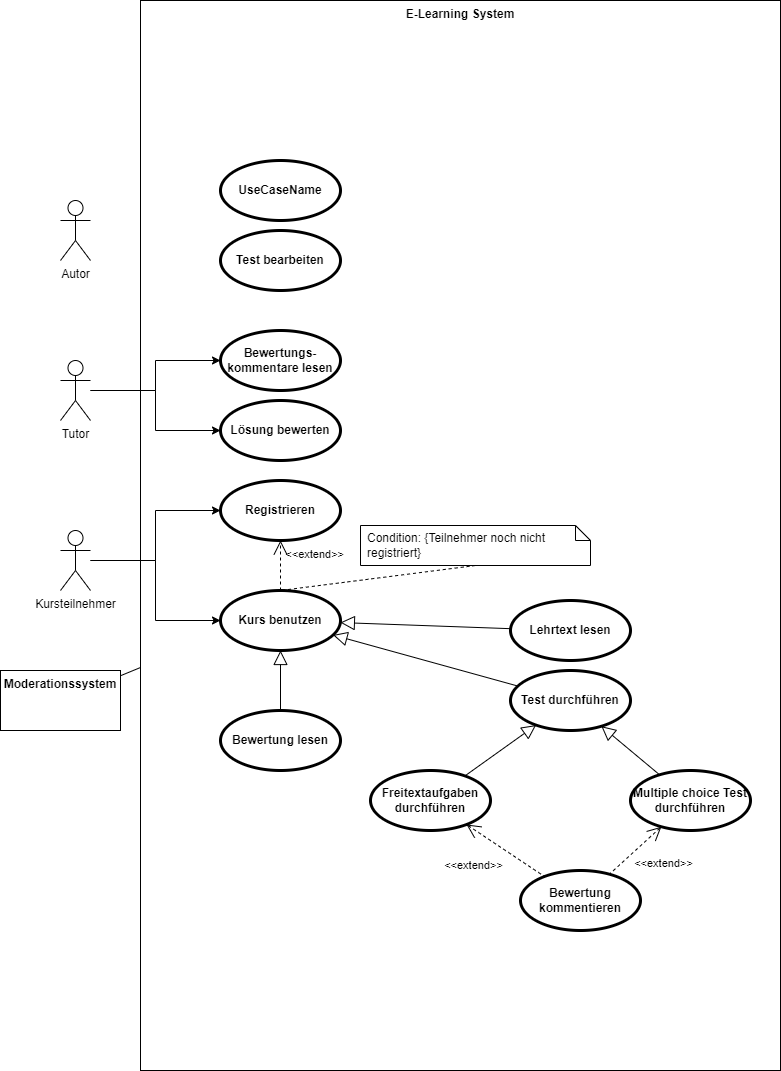
Earlier version of the draw.io export Uebung8/E_Learning.drawio.png (jahtzee/SE_WS21). Source tidied: cells renumbered, new cells last; positions are measured from the earlier drawing's top-left corner, leaving out a move shared by most shapes.
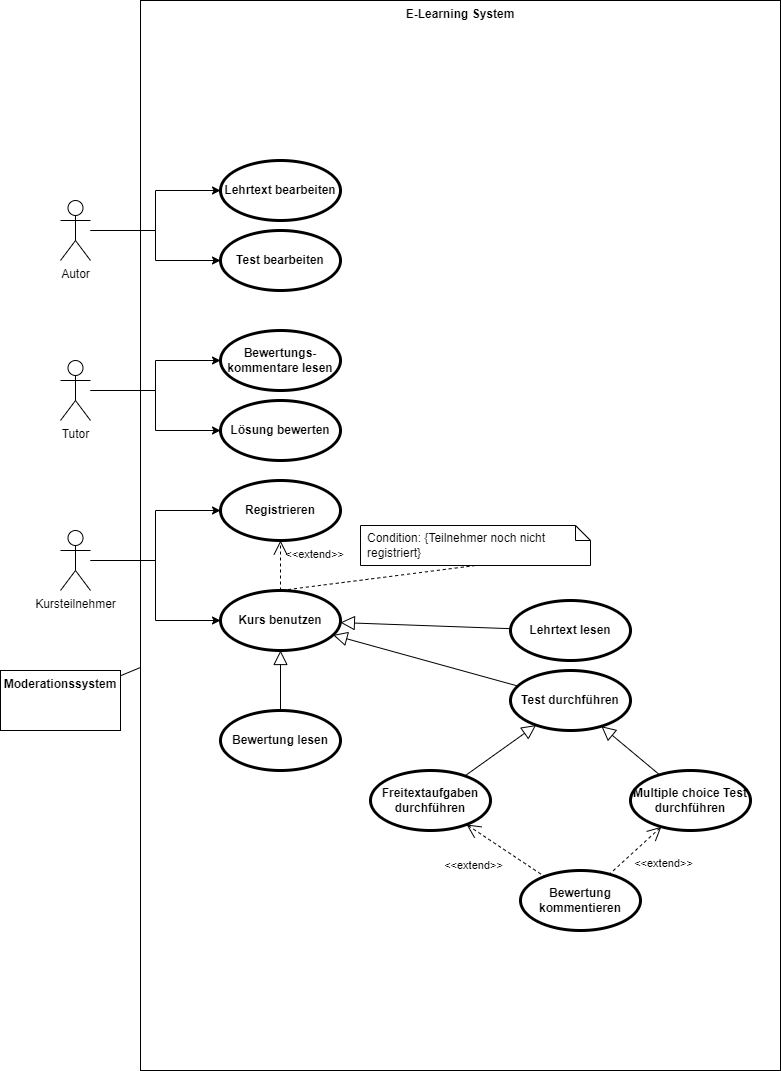
Later version of the same file.

Change to the diagram source:
```diff
@@ -14,6 +14,12 @@
     <mxCell id="5" value="Tutor&lt;br&gt;" style="shape=umlActor;html=1;verticalLabelPosition=bottom;verticalAlign=top;align=center;" parent="1" vertex="1">
       <mxGeometry x="60" y="360" width="30" height="60" as="geometry" />
     </mxCell>
+    <mxCell id="34" style="edgeStyle=orthogonalEdgeStyle;rounded=0;jettySize=auto;html=1;" parent="1" edge="1" source="6" target="32">
+      <mxGeometry relative="1" as="geometry" />
+    </mxCell>
+    <mxCell id="35" style="edgeStyle=orthogonalEdgeStyle;rounded=0;jettySize=auto;html=1;entryX=0;entryY=0.5;entryDx=0;entryDy=0;" parent="1" edge="1" source="6" target="33">
+      <mxGeometry relative="1" as="geometry" />
+    </mxCell>
     <mxCell id="6" value="Autor&lt;br&gt;" style="shape=umlActor;html=1;verticalLabelPosition=bottom;verticalAlign=top;align=center;" parent="1" vertex="1">
       <mxGeometry x="60" y="200" width="30" height="60" as="geometry" />
     </mxCell>
@@ -97,7 +103,7 @@
     <mxCell id="32" value="Test bearbeiten" style="shape=ellipse;html=1;strokeWidth=3;fontStyle=1;whiteSpace=wrap;align=center;perimeter=ellipsePerimeter;" parent="1" vertex="1">
       <mxGeometry x="220" y="230" width="120" height="60" as="geometry" />
     </mxCell>
-    <mxCell id="33" value="UseCaseName" style="shape=ellipse;html=1;strokeWidth=3;fontStyle=1;whiteSpace=wrap;align=center;perimeter=ellipsePerimeter;" parent="1" vertex="1">
+    <mxCell id="33" value="Lehrtext bearbeiten" style="shape=ellipse;html=1;strokeWidth=3;fontStyle=1;whiteSpace=wrap;align=center;perimeter=ellipsePerimeter;" parent="1" vertex="1">
       <mxGeometry x="220" y="160" width="120" height="60" as="geometry" />
     </mxCell>
   </root>
```
